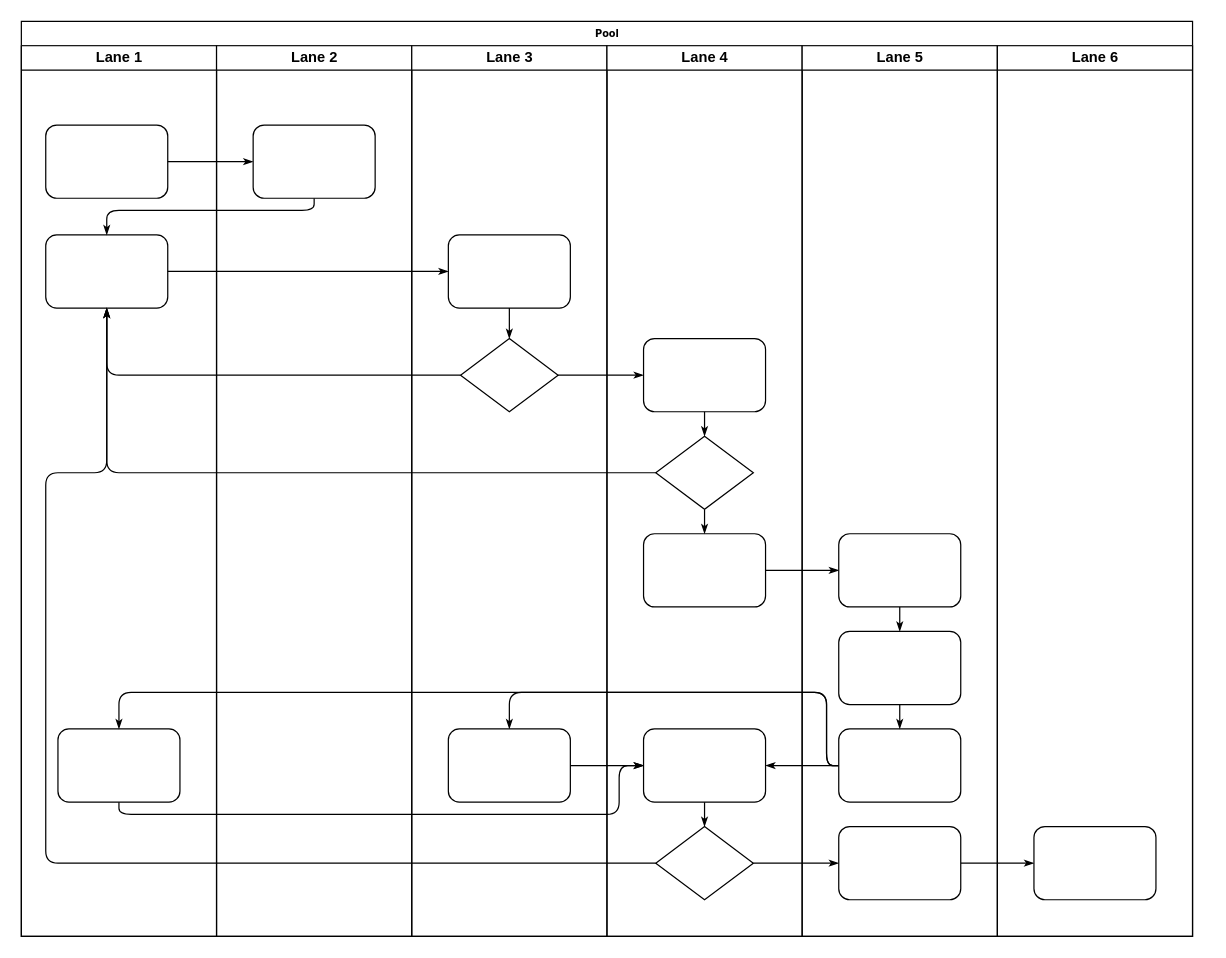
Earlier version of the draw.io diagram Diagrama sem nome.drawio (miguelbucker/python). Source tidied: cells renumbered, new cells numbered last; positions are measured from the earlier drawing's top-left corner, leaving out a move shared by most shapes. Both pictures are drawn from the tidied source at 122%, with x=0, y=0 at pixel (21, 21).
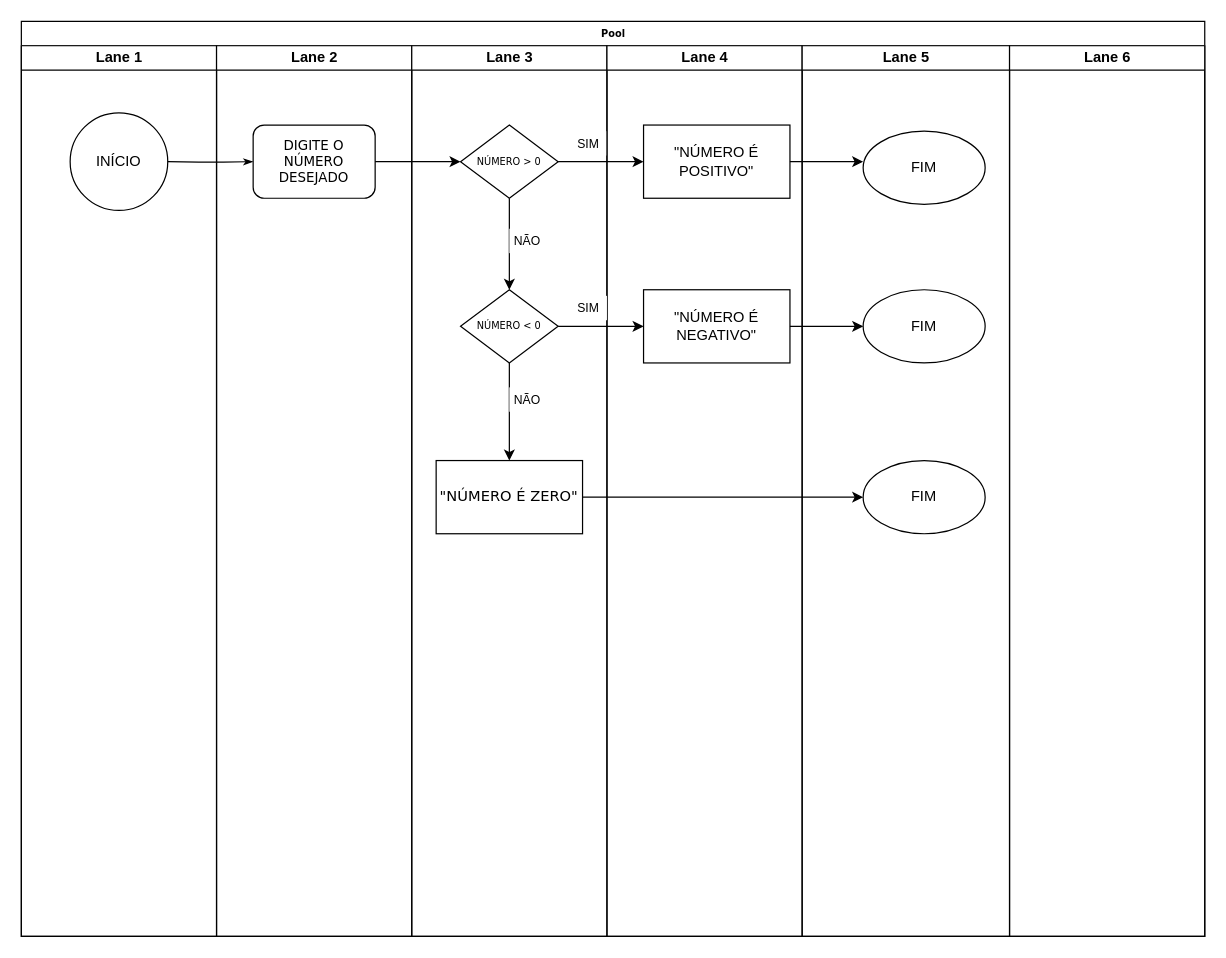
After the change.

Unchanged cells that the change refers to:
```xml
<mxCell id="3" value="Lane 1" style="swimlane;html=1;startSize=20;" parent="2" vertex="1">
  <mxGeometry y="20" width="160" height="730" as="geometry" />
</mxCell>
<mxCell id="22" value="Lane 2" style="swimlane;html=1;startSize=20;" parent="2" vertex="1">
  <mxGeometry x="160" y="20" width="160" height="730" as="geometry" />
</mxCell>
<mxCell id="24" value="Lane 3" style="swimlane;html=1;startSize=20;" parent="2" vertex="1">
  <mxGeometry x="320" y="20" width="160" height="730" as="geometry" />
</mxCell>
<mxCell id="29" value="Lane 4" style="swimlane;html=1;startSize=20;" parent="2" vertex="1">
  <mxGeometry x="480" y="20" width="160" height="730" as="geometry" />
</mxCell>
```

What changed in the source:
```diff
@@
     <mxCell id="2" value="Pool" style="swimlane;html=1;startSize=20;rounded=0;shadow=0;labelBackgroundColor=none;strokeWidth=1;fontFamily=Verdana;fontSize=8;align=center;" parent="1" vertex="1">
-      <mxGeometry width="960" height="750" as="geometry" />
+      <mxGeometry width="970" height="750" as="geometry" />
     </mxCell>
@@
-    <mxCell id="4" style="rounded=1;whiteSpace=wrap;html=1;shadow=0;labelBackgroundColor=none;strokeWidth=1;fontFamily=Verdana;fontSize=8;align=center;" parent="3" vertex="1">
-      <mxGeometry x="20" y="65" width="100" height="60" as="geometry" />
-    </mxCell>
-    <mxCell id="5" style="rounded=1;whiteSpace=wrap;html=1;shadow=0;labelBackgroundColor=none;strokeWidth=1;fontFamily=Verdana;fontSize=8;align=center;" parent="3" vertex="1">
-      <mxGeometry x="20" y="155" width="100" height="60" as="geometry" />
-    </mxCell>
-    <mxCell id="6" style="rounded=1;whiteSpace=wrap;html=1;shadow=0;labelBackgroundColor=none;strokeWidth=1;fontFamily=Verdana;fontSize=8;align=center;" parent="3" vertex="1">
-      <mxGeometry x="30" y="560" width="100" height="60" as="geometry" />
-    </mxCell>
+    <mxCell id="47" value="INÍCIO" style="ellipse;whiteSpace=wrap;html=1;" parent="3" vertex="1">
+      <mxGeometry x="40" y="55" width="80" height="80" as="geometry" />
+    </mxCell>
-    <mxCell id="7" style="edgeStyle=orthogonalEdgeStyle;rounded=1;html=1;labelBackgroundColor=none;startArrow=none;startFill=0;startSize=5;endArrow=classicThin;endFill=1;endSize=5;jettySize=auto;strokeWidth=1;fontFamily=Verdana;fontSize=8;" parent="2" edge="1" source="4" target="23">
-      <mxGeometry relative="1" as="geometry" />
+    <mxCell id="7" style="edgeStyle=orthogonalEdgeStyle;rounded=1;html=1;labelBackgroundColor=none;startArrow=none;startFill=0;startSize=5;endArrow=classicThin;endFill=1;endSize=5;jettySize=auto;strokeWidth=1;fontFamily=Verdana;fontSize=8;" parent="2" edge="1" target="23">
+      <mxGeometry relative="1" as="geometry">
+        <mxPoint x="120" y="115" as="sourcePoint" />
+      </mxGeometry>
     </mxCell>
-    <mxCell id="8" style="edgeStyle=orthogonalEdgeStyle;rounded=1;html=1;labelBackgroundColor=none;startArrow=none;startFill=0;startSize=5;endArrow=classicThin;endFill=1;endSize=5;jettySize=auto;strokeWidth=1;fontFamily=Verdana;fontSize=8;" parent="2" edge="1" source="23" target="5">
-      <mxGeometry relative="1" as="geometry">
-        <Array as="points">
-          <mxPoint x="240" y="155" />
-          <mxPoint x="70" y="155" />
-        </Array>
-      </mxGeometry>
-    </mxCell>
-    <mxCell id="9" style="edgeStyle=orthogonalEdgeStyle;rounded=1;html=1;labelBackgroundColor=none;startArrow=none;startFill=0;startSize=5;endArrow=classicThin;endFill=1;endSize=5;jettySize=auto;strokeWidth=1;fontFamily=Verdana;fontSize=8;" parent="2" edge="1" source="5" target="25">
-      <mxGeometry relative="1" as="geometry" />
-    </mxCell>
-    <mxCell id="10" style="edgeStyle=orthogonalEdgeStyle;rounded=1;html=1;labelBackgroundColor=none;startArrow=none;startFill=0;startSize=5;endArrow=classicThin;endFill=1;endSize=5;jettySize=auto;strokeWidth=1;fontFamily=Verdana;fontSize=8;" parent="2" edge="1" source="26" target="5">
-      <mxGeometry relative="1" as="geometry" />
-    </mxCell>
-    <mxCell id="11" style="edgeStyle=orthogonalEdgeStyle;rounded=1;html=1;labelBackgroundColor=none;startArrow=none;startFill=0;startSize=5;endArrow=classicThin;endFill=1;endSize=5;jettySize=auto;strokeWidth=1;fontFamily=Verdana;fontSize=8;" parent="2" edge="1" source="31" target="5">
-      <mxGeometry relative="1" as="geometry" />
-    </mxCell>
-    <mxCell id="12" style="edgeStyle=orthogonalEdgeStyle;rounded=1;html=1;labelBackgroundColor=none;startArrow=none;startFill=0;startSize=5;endArrow=classicThin;endFill=1;endSize=5;jettySize=auto;strokeWidth=1;fontFamily=Verdana;fontSize=8;" parent="2" edge="1" source="34" target="5">
-      <mxGeometry relative="1" as="geometry">
-        <Array as="points">
-          <mxPoint x="20" y="690" />
-          <mxPoint x="20" y="370" />
-          <mxPoint x="70" y="370" />
-        </Array>
-      </mxGeometry>
-    </mxCell>
-    <mxCell id="13" style="edgeStyle=orthogonalEdgeStyle;rounded=1;html=1;labelBackgroundColor=none;startArrow=none;startFill=0;startSize=5;endArrow=classicThin;endFill=1;endSize=5;jettySize=auto;strokeWidth=1;fontFamily=Verdana;fontSize=8;" parent="2" edge="1" source="26" target="30">
-      <mxGeometry relative="1" as="geometry" />
+    <mxCell id="13" style="edgeStyle=orthogonalEdgeStyle;rounded=1;html=1;labelBackgroundColor=none;startArrow=none;startFill=0;startSize=5;endArrow=classicThin;endFill=1;endSize=5;jettySize=auto;orthogonalLoop=1;strokeWidth=1;fontFamily=Verdana;fontSize=8;" parent="2" edge="1">
+      <mxGeometry relative="1" as="geometry">
+        <mxPoint x="560" y="320" as="targetPoint" />
+      </mxGeometry>
     </mxCell>
-    <mxCell id="14" style="edgeStyle=orthogonalEdgeStyle;rounded=1;html=1;labelBackgroundColor=none;startArrow=none;startFill=0;startSize=5;endArrow=classicThin;endFill=1;endSize=5;jettySize=auto;strokeWidth=1;fontFamily=Verdana;fontSize=8;" parent="2" edge="1" source="34" target="42">
-      <mxGeometry relative="1" as="geometry" />
-    </mxCell>
-    <mxCell id="15" style="edgeStyle=orthogonalEdgeStyle;rounded=1;html=1;labelBackgroundColor=none;startArrow=none;startFill=0;startSize=5;endArrow=classicThin;endFill=1;endSize=5;jettySize=auto;strokeWidth=1;fontFamily=Verdana;fontSize=8;" parent="2" edge="1" source="42" target="46">
-      <mxGeometry relative="1" as="geometry" />
-    </mxCell>
-    <mxCell id="16" style="edgeStyle=orthogonalEdgeStyle;rounded=1;html=1;labelBackgroundColor=none;startArrow=none;startFill=0;startSize=5;endArrow=classicThin;endFill=1;endSize=5;jettySize=auto;strokeWidth=1;fontFamily=Verdana;fontSize=8;" parent="2" edge="1" source="32" target="39">
-      <mxGeometry relative="1" as="geometry" />
-    </mxCell>
-    <mxCell id="17" style="edgeStyle=orthogonalEdgeStyle;rounded=1;html=1;labelBackgroundColor=none;startArrow=none;startFill=0;startSize=5;endArrow=classicThin;endFill=1;endSize=5;jettySize=auto;strokeWidth=1;fontFamily=Verdana;fontSize=8;" parent="2" edge="1" source="41" target="27">
-      <mxGeometry relative="1" as="geometry">
-        <Array as="points">
-          <mxPoint x="660" y="610" />
-          <mxPoint x="660" y="550" />
-          <mxPoint x="400" y="550" />
-        </Array>
-      </mxGeometry>
-    </mxCell>
-    <mxCell id="18" style="edgeStyle=orthogonalEdgeStyle;rounded=1;html=1;labelBackgroundColor=none;startArrow=none;startFill=0;startSize=5;endArrow=classicThin;endFill=1;endSize=5;jettySize=auto;strokeColor=#000000;strokeWidth=1;fontFamily=Verdana;fontSize=8;fontColor=#000000;" parent="2" edge="1" source="41" target="33">
-      <mxGeometry relative="1" as="geometry" />
-    </mxCell>
-    <mxCell id="19" style="edgeStyle=orthogonalEdgeStyle;rounded=1;html=1;labelBackgroundColor=none;startArrow=none;startFill=0;startSize=5;endArrow=classicThin;endFill=1;endSize=5;jettySize=auto;strokeWidth=1;fontFamily=Verdana;fontSize=8;" parent="2" edge="1" source="41" target="6">
-      <mxGeometry relative="1" as="geometry">
-        <Array as="points">
-          <mxPoint x="660" y="610" />
-          <mxPoint x="660" y="550" />
-          <mxPoint x="80" y="550" />
-        </Array>
-      </mxGeometry>
-    </mxCell>
-    <mxCell id="20" style="edgeStyle=orthogonalEdgeStyle;rounded=1;html=1;labelBackgroundColor=none;startArrow=none;startFill=0;startSize=5;endArrow=classicThin;endFill=1;endSize=5;jettySize=auto;strokeWidth=1;fontFamily=Verdana;fontSize=8;" parent="2" edge="1" source="6" target="33">
-      <mxGeometry relative="1" as="geometry">
-        <Array as="points">
-          <mxPoint x="80" y="650" />
-          <mxPoint x="490" y="650" />
-          <mxPoint x="490" y="610" />
-        </Array>
-      </mxGeometry>
-    </mxCell>
-    <mxCell id="21" style="edgeStyle=orthogonalEdgeStyle;rounded=1;html=1;labelBackgroundColor=none;startArrow=none;startFill=0;startSize=5;endArrow=classicThin;endFill=1;endSize=5;jettySize=auto;strokeWidth=1;fontFamily=Verdana;fontSize=8;" parent="2" edge="1" source="27" target="33">
-      <mxGeometry relative="1" as="geometry" />
-    </mxCell>
@@
-    <mxCell id="23" style="rounded=1;whiteSpace=wrap;html=1;shadow=0;labelBackgroundColor=none;strokeWidth=1;fontFamily=Verdana;fontSize=8;align=center;" parent="22" vertex="1">
+    <mxCell id="23" value="&lt;font style=&quot;font-size: 11px;&quot;&gt;DIGITE O NÚMERO DESEJADO&lt;/font&gt;" style="rounded=1;whiteSpace=wrap;html=1;shadow=0;labelBackgroundColor=none;strokeWidth=1;fontFamily=Verdana;fontSize=8;align=center;" parent="22" vertex="1">
       <mxGeometry x="30" y="65" width="100" height="60" as="geometry" />
     </mxCell>
@@
-    <mxCell id="25" style="rounded=1;whiteSpace=wrap;html=1;shadow=0;labelBackgroundColor=none;strokeWidth=1;fontFamily=Verdana;fontSize=8;align=center;" parent="24" vertex="1">
-      <mxGeometry x="30" y="155" width="100" height="60" as="geometry" />
-    </mxCell>
-    <mxCell id="26" style="rhombus;whiteSpace=wrap;html=1;rounded=0;shadow=0;labelBackgroundColor=none;strokeWidth=1;fontFamily=Verdana;fontSize=8;align=center;" parent="24" vertex="1">
-      <mxGeometry x="40" y="240" width="80" height="60" as="geometry" />
-    </mxCell>
-    <mxCell id="27" style="rounded=1;whiteSpace=wrap;html=1;shadow=0;labelBackgroundColor=none;strokeWidth=1;fontFamily=Verdana;fontSize=8;align=center;" parent="24" vertex="1">
-      <mxGeometry x="30" y="560" width="100" height="60" as="geometry" />
-    </mxCell>
-    <mxCell id="28" style="edgeStyle=orthogonalEdgeStyle;rounded=1;html=1;labelBackgroundColor=none;startArrow=none;startFill=0;startSize=5;endArrow=classicThin;endFill=1;endSize=5;jettySize=auto;strokeWidth=1;fontFamily=Verdana;fontSize=8;" parent="24" edge="1" source="25" target="26">
-      <mxGeometry relative="1" as="geometry" />
-    </mxCell>
+    <mxCell id="48" value="NÚMERO &amp;gt; 0" style="rhombus;whiteSpace=wrap;html=1;rounded=0;shadow=0;labelBackgroundColor=none;strokeWidth=1;fontFamily=Verdana;fontSize=8;align=center;" parent="24" vertex="1">
+      <mxGeometry x="40" y="65" width="80" height="60" as="geometry" />
+    </mxCell>
+    <mxCell id="49" style="endArrow=classic;html=1;rounded=0;exitX=0.5;exitY=1;exitDx=0;exitDy=0;" parent="24" edge="1" source="48">
+      <mxGeometry relative="1" as="geometry">
+        <mxPoint x="80" y="200" as="targetPoint" />
+      </mxGeometry>
+    </mxCell>
+    <mxCell id="50" value="SIM" style="rounded=0;html=1;fontSize=10;whiteSpace=wrap;strokeColor=none;" parent="24" vertex="1">
+      <mxGeometry x="130" y="70" width="30" height="20" as="geometry" />
+    </mxCell>
+    <mxCell id="51" value="NÃO" style="rounded=0;html=1;fontSize=10;whiteSpace=wrap;strokeColor=none;" parent="24" vertex="1">
+      <mxGeometry x="80" y="150" width="30" height="20" as="geometry" />
+    </mxCell>
+    <mxCell id="52" style="edgeStyle=orthogonalEdgeStyle;rounded=0;jettySize=auto;html=1;" parent="24" edge="1" source="53" target="54">
+      <mxGeometry relative="1" as="geometry" />
+    </mxCell>
+    <mxCell id="53" value="NÚMERO &amp;lt; 0" style="rhombus;whiteSpace=wrap;html=1;rounded=0;shadow=0;labelBackgroundColor=none;strokeWidth=1;fontFamily=Verdana;fontSize=8;align=center;" parent="24" vertex="1">
+      <mxGeometry x="40" y="200" width="80" height="60" as="geometry" />
+    </mxCell>
+    <mxCell id="54" value="&lt;font style=&quot;font-size: 12px;&quot;&gt;&quot;NÚMERO É ZERO&quot;&lt;/font&gt;" style="rounded=0;whiteSpace=wrap;html=1;fontSize=8;fontFamily=Verdana;shadow=0;labelBackgroundColor=none;strokeWidth=1;" parent="24" vertex="1">
+      <mxGeometry x="20" y="340" width="120" height="60" as="geometry" />
+    </mxCell>
+    <mxCell id="55" value="NÃO" style="rounded=0;html=1;fontSize=10;whiteSpace=wrap;strokeColor=none;" parent="24" vertex="1">
+      <mxGeometry x="80" y="280" width="30" height="20" as="geometry" />
+    </mxCell>
@@
-    <mxCell id="30" style="rounded=1;whiteSpace=wrap;html=1;shadow=0;labelBackgroundColor=none;strokeWidth=1;fontFamily=Verdana;fontSize=8;align=center;" parent="29" vertex="1">
-      <mxGeometry x="30" y="240" width="100" height="60" as="geometry" />
-    </mxCell>
-    <mxCell id="31" style="rhombus;whiteSpace=wrap;html=1;rounded=0;shadow=0;labelBackgroundColor=none;strokeWidth=1;fontFamily=Verdana;fontSize=8;align=center;" parent="29" vertex="1">
-      <mxGeometry x="40" y="320" width="80" height="60" as="geometry" />
-    </mxCell>
-    <mxCell id="32" style="rounded=1;whiteSpace=wrap;html=1;shadow=0;labelBackgroundColor=none;strokeWidth=1;fontFamily=Verdana;fontSize=8;align=center;" parent="29" vertex="1">
-      <mxGeometry x="30" y="400" width="100" height="60" as="geometry" />
-    </mxCell>
-    <mxCell id="33" style="rounded=1;whiteSpace=wrap;html=1;shadow=0;labelBackgroundColor=none;strokeWidth=1;fontFamily=Verdana;fontSize=8;align=center;" parent="29" vertex="1">
-      <mxGeometry x="30" y="560" width="100" height="60" as="geometry" />
-    </mxCell>
-    <mxCell id="34" style="rhombus;whiteSpace=wrap;html=1;rounded=0;shadow=0;labelBackgroundColor=none;strokeWidth=1;fontFamily=Verdana;fontSize=8;align=center;" parent="29" vertex="1">
-      <mxGeometry x="40" y="640" width="80" height="60" as="geometry" />
-    </mxCell>
-    <mxCell id="35" style="edgeStyle=orthogonalEdgeStyle;rounded=1;html=1;labelBackgroundColor=none;startArrow=none;startFill=0;startSize=5;endArrow=classicThin;endFill=1;endSize=5;jettySize=auto;strokeColor=#000000;strokeWidth=1;fontFamily=Verdana;fontSize=8;fontColor=#000000;" parent="29" edge="1" source="30" target="31">
-      <mxGeometry relative="1" as="geometry" />
-    </mxCell>
-    <mxCell id="36" style="edgeStyle=orthogonalEdgeStyle;rounded=1;html=1;labelBackgroundColor=none;startArrow=none;startFill=0;startSize=5;endArrow=classicThin;endFill=1;endSize=5;jettySize=auto;strokeWidth=1;fontFamily=Verdana;fontSize=8;" parent="29" edge="1" source="31" target="32">
-      <mxGeometry relative="1" as="geometry" />
-    </mxCell>
-    <mxCell id="37" style="edgeStyle=orthogonalEdgeStyle;rounded=1;html=1;labelBackgroundColor=none;startArrow=none;startFill=0;startSize=5;endArrow=classicThin;endFill=1;endSize=5;jettySize=auto;strokeWidth=1;fontFamily=Verdana;fontSize=8;" parent="29" edge="1" source="33" target="34">
-      <mxGeometry relative="1" as="geometry" />
-    </mxCell>
+    <mxCell id="56" value="&quot;NÚMERO É POSITIVO&quot;" style="rounded=0;whiteSpace=wrap;html=1;" parent="29" vertex="1">
+      <mxGeometry x="30" y="65" width="120" height="60" as="geometry" />
+    </mxCell>
+    <mxCell id="57" value="SIM" style="rounded=0;html=1;fontSize=10;whiteSpace=wrap;strokeColor=none;" parent="29" vertex="1">
+      <mxGeometry x="-30" y="205" width="30" height="20" as="geometry" />
+    </mxCell>
+    <mxCell id="58" value="&quot;NÚMERO É NEGATIVO&quot;" style="rounded=0;whiteSpace=wrap;html=1;" parent="29" vertex="1">
+      <mxGeometry x="30" y="200" width="120" height="60" as="geometry" />
+    </mxCell>
     <mxCell id="38" value="Lane 5" style="swimlane;html=1;startSize=20;" parent="2" vertex="1">
-      <mxGeometry x="640" y="20" width="160" height="730" as="geometry" />
+      <mxGeometry x="640" y="20" width="170" height="730" as="geometry" />
     </mxCell>
-    <mxCell id="39" style="rounded=1;whiteSpace=wrap;html=1;shadow=0;labelBackgroundColor=none;strokeWidth=1;fontFamily=Verdana;fontSize=8;align=center;" parent="38" vertex="1">
-      <mxGeometry x="30" y="400" width="100" height="60" as="geometry" />
-    </mxCell>
-    <mxCell id="40" style="rounded=1;whiteSpace=wrap;html=1;shadow=0;labelBackgroundColor=none;strokeWidth=1;fontFamily=Verdana;fontSize=8;align=center;" parent="38" vertex="1">
-      <mxGeometry x="30" y="480" width="100" height="60" as="geometry" />
-    </mxCell>
-    <mxCell id="41" style="rounded=1;whiteSpace=wrap;html=1;shadow=0;labelBackgroundColor=none;strokeWidth=1;fontFamily=Verdana;fontSize=8;align=center;" parent="38" vertex="1">
-      <mxGeometry x="30" y="560" width="100" height="60" as="geometry" />
-    </mxCell>
-    <mxCell id="42" style="rounded=1;whiteSpace=wrap;html=1;shadow=0;labelBackgroundColor=none;strokeWidth=1;fontFamily=Verdana;fontSize=8;align=center;" parent="38" vertex="1">
-      <mxGeometry x="30" y="640" width="100" height="60" as="geometry" />
-    </mxCell>
-    <mxCell id="43" style="edgeStyle=orthogonalEdgeStyle;rounded=1;html=1;labelBackgroundColor=none;startArrow=none;startFill=0;startSize=5;endArrow=classicThin;endFill=1;endSize=5;jettySize=auto;strokeWidth=1;fontFamily=Verdana;fontSize=8;" parent="38" edge="1" source="39" target="40">
-      <mxGeometry relative="1" as="geometry" />
-    </mxCell>
-    <mxCell id="44" style="edgeStyle=orthogonalEdgeStyle;rounded=1;html=1;labelBackgroundColor=none;startArrow=none;startFill=0;startSize=5;endArrow=classicThin;endFill=1;endSize=5;jettySize=auto;strokeWidth=1;fontFamily=Verdana;fontSize=8;" parent="38" edge="1" source="40" target="41">
-      <mxGeometry relative="1" as="geometry" />
-    </mxCell>
+    <mxCell id="59" value="FIM" style="ellipse;whiteSpace=wrap;html=1;" parent="38" vertex="1">
+      <mxGeometry x="50" y="70" width="100" height="60" as="geometry" />
+    </mxCell>
+    <mxCell id="60" value="FIM" style="ellipse;whiteSpace=wrap;html=1;" parent="38" vertex="1">
+      <mxGeometry x="50" y="200" width="100" height="60" as="geometry" />
+    </mxCell>
+    <mxCell id="61" value="FIM" style="ellipse;whiteSpace=wrap;html=1;" parent="38" vertex="1">
+      <mxGeometry x="50" y="340" width="100" height="60" as="geometry" />
+    </mxCell>
     <mxCell id="45" value="Lane 6" style="swimlane;html=1;startSize=20;" parent="2" vertex="1">
-      <mxGeometry x="800" y="20" width="160" height="730" as="geometry" />
+      <mxGeometry x="810" y="20" width="160" height="730" as="geometry" />
     </mxCell>
-    <mxCell id="46" style="rounded=1;whiteSpace=wrap;html=1;shadow=0;labelBackgroundColor=none;strokeWidth=1;fontFamily=Verdana;fontSize=8;align=center;" parent="45" vertex="1">
-      <mxGeometry x="30" y="640" width="100" height="60" as="geometry" />
-    </mxCell>
+    <mxCell id="62" style="endArrow=classic;html=1;rounded=0;exitX=1;exitY=0.5;exitDx=0;exitDy=0;" parent="2" edge="1" source="23" target="48">
+      <mxGeometry relative="1" as="geometry" />
+    </mxCell>
+    <mxCell id="63" style="endArrow=classic;html=1;rounded=0;exitX=1;exitY=0.5;exitDx=0;exitDy=0;" parent="2" edge="1" source="48" target="56">
+      <mxGeometry relative="1" as="geometry" />
+    </mxCell>
+    <mxCell id="64" style="endArrow=classic;html=1;rounded=0;exitX=1;exitY=0.5;exitDx=0;exitDy=0;" parent="2" edge="1" source="53" target="58">
+      <mxGeometry relative="1" as="geometry" />
+    </mxCell>
+    <mxCell id="65" style="edgeStyle=orthogonalEdgeStyle;rounded=0;jettySize=auto;html=1;" parent="2" edge="1" source="54">
+      <mxGeometry relative="1" as="geometry">
+        <mxPoint x="690" y="390" as="targetPoint" />
+      </mxGeometry>
+    </mxCell>
+    <mxCell id="66" style="edgeStyle=orthogonalEdgeStyle;rounded=0;jettySize=auto;html=1;" parent="2" edge="1" source="58">
+      <mxGeometry relative="1" as="geometry">
+        <mxPoint x="690" y="250" as="targetPoint" />
+      </mxGeometry>
+    </mxCell>
+    <mxCell id="67" style="edgeStyle=orthogonalEdgeStyle;rounded=0;jettySize=auto;html=1;" parent="2" edge="1" source="56">
+      <mxGeometry relative="1" as="geometry">
+        <mxPoint x="690" y="115" as="targetPoint" />
+      </mxGeometry>
+    </mxCell>
```
